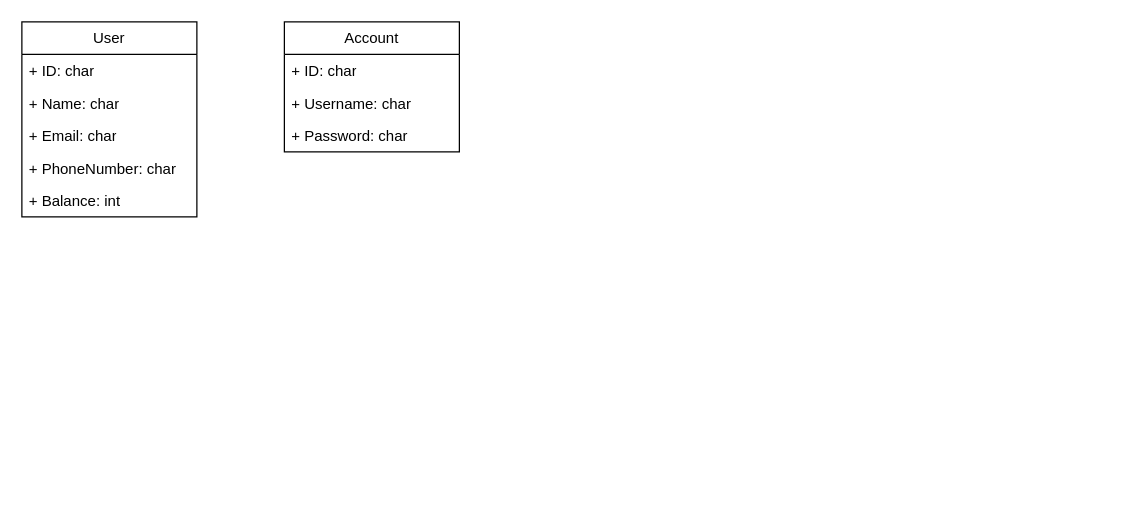
Earlier version of the draw.io diagram Biểu đồ không có tiêu đề.drawio (manhhoangg2k2/e-wallet). Source tidied: cells renumbered, new cells numbered last; positions are measured from the earlier drawing's top-left corner, leaving out a move shared by most shapes. Both pictures are drawn from the tidied source at 125%, with x=0, y=0 at pixel (21, 21).
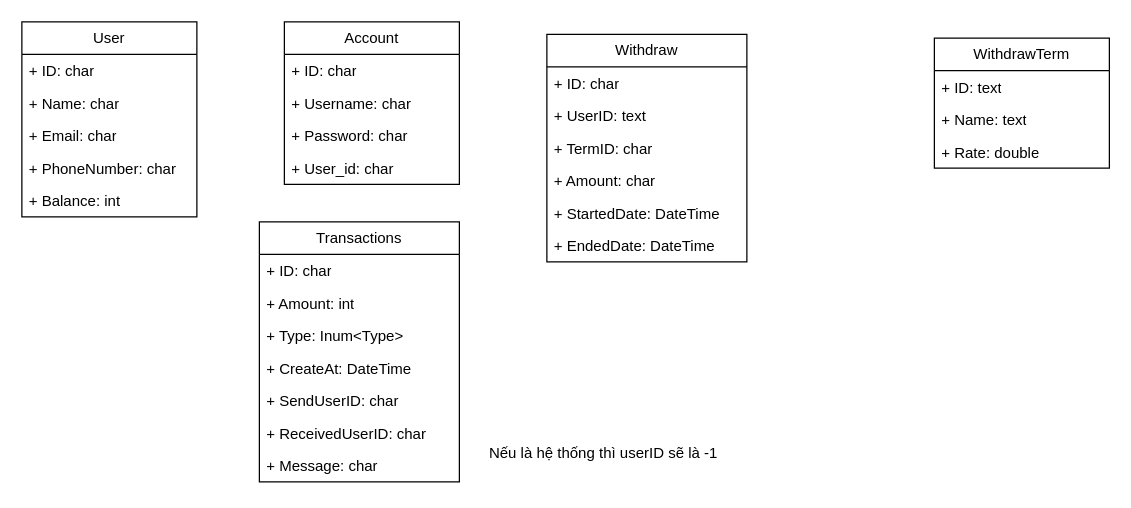
The same page after the edit.

Commit message (it also covers changes not shown here):
Cập nhật Biểu đồ không có tiêu đề.drawio

Change to the diagram source:
```diff
@@
     <mxCell id="8" value="Account" style="swimlane;fontStyle=0;horizontal=1;startSize=26;fillColor=none;whiteSpace=wrap;html=1;" parent="1" vertex="1">
-      <mxGeometry x="210" width="140" height="104" as="geometry" />
+      <mxGeometry x="210" width="140" height="130" as="geometry" />
     </mxCell>
@@
+    <mxCell id="12" value="+ User_id: char" style="text;strokeColor=none;fillColor=none;align=left;verticalAlign=top;spacingLeft=4;spacingRight=4;overflow=hidden;whiteSpace=wrap;html=1;" parent="8" vertex="1">
+      <mxGeometry y="104" width="140" height="26" as="geometry" />
+    </mxCell>
+    <mxCell id="13" value="Transactions" style="swimlane;fontStyle=0;horizontal=1;startSize=26;fillColor=none;whiteSpace=wrap;html=1;" parent="1" vertex="1">
+      <mxGeometry x="190" y="160" width="160" height="208" as="geometry" />
+    </mxCell>
+    <mxCell id="14" value="+ ID: char" style="text;strokeColor=none;fillColor=none;align=left;verticalAlign=top;spacingLeft=4;spacingRight=4;overflow=hidden;whiteSpace=wrap;html=1;" parent="13" vertex="1">
+      <mxGeometry y="26" width="160" height="26" as="geometry" />
+    </mxCell>
+    <mxCell id="15" value="+ Amount: int" style="text;strokeColor=none;fillColor=none;align=left;verticalAlign=top;spacingLeft=4;spacingRight=4;overflow=hidden;whiteSpace=wrap;html=1;" parent="13" vertex="1">
+      <mxGeometry y="52" width="160" height="26" as="geometry" />
+    </mxCell>
+    <mxCell id="16" value="+ Type: Inum&amp;lt;Type&amp;gt;" style="text;strokeColor=none;fillColor=none;align=left;verticalAlign=top;spacingLeft=4;spacingRight=4;overflow=hidden;whiteSpace=wrap;html=1;" parent="13" vertex="1">
+      <mxGeometry y="78" width="160" height="26" as="geometry" />
+    </mxCell>
+    <mxCell id="17" value="+ CreateAt: DateTime" style="text;strokeColor=none;fillColor=none;align=left;verticalAlign=top;spacingLeft=4;spacingRight=4;overflow=hidden;whiteSpace=wrap;html=1;" parent="13" vertex="1">
+      <mxGeometry y="104" width="160" height="26" as="geometry" />
+    </mxCell>
+    <mxCell id="18" value="+ SendUserID: char" style="text;strokeColor=none;fillColor=none;align=left;verticalAlign=top;spacingLeft=4;spacingRight=4;overflow=hidden;whiteSpace=wrap;html=1;" parent="13" vertex="1">
+      <mxGeometry y="130" width="160" height="26" as="geometry" />
+    </mxCell>
+    <mxCell id="19" value="+ ReceivedUserID: char" style="text;strokeColor=none;fillColor=none;align=left;verticalAlign=top;spacingLeft=4;spacingRight=4;overflow=hidden;whiteSpace=wrap;html=1;" parent="13" vertex="1">
+      <mxGeometry y="156" width="160" height="26" as="geometry" />
+    </mxCell>
+    <mxCell id="20" value="+ Message: char" style="text;strokeColor=none;fillColor=none;align=left;verticalAlign=top;spacingLeft=4;spacingRight=4;overflow=hidden;whiteSpace=wrap;html=1;" parent="13" vertex="1">
+      <mxGeometry y="182" width="160" height="26" as="geometry" />
+    </mxCell>
+    <mxCell id="21" value="Nếu là hệ thống thì userID sẽ là -1" style="text;html=1;align=center;verticalAlign=middle;strokeColor=none;fillColor=none;" parent="1" vertex="1">
+      <mxGeometry x="360" y="330" width="210" height="30" as="geometry" />
+    </mxCell>
+    <mxCell id="22" value="Withdraw" style="swimlane;fontStyle=0;horizontal=1;startSize=26;fillColor=none;whiteSpace=wrap;html=1;" parent="1" vertex="1">
+      <mxGeometry x="420" y="10" width="160" height="182" as="geometry" />
+    </mxCell>
+    <mxCell id="23" value="+ ID: char" style="text;strokeColor=none;fillColor=none;align=left;verticalAlign=top;spacingLeft=4;spacingRight=4;overflow=hidden;whiteSpace=wrap;html=1;" parent="22" vertex="1">
+      <mxGeometry y="26" width="160" height="26" as="geometry" />
+    </mxCell>
+    <mxCell id="24" value="+ UserID: text" style="text;strokeColor=none;fillColor=none;align=left;verticalAlign=top;spacingLeft=4;spacingRight=4;overflow=hidden;whiteSpace=wrap;html=1;" parent="22" vertex="1">
+      <mxGeometry y="52" width="160" height="26" as="geometry" />
+    </mxCell>
+    <mxCell id="25" value="+ TermID: char" style="text;strokeColor=none;fillColor=none;align=left;verticalAlign=top;spacingLeft=4;spacingRight=4;overflow=hidden;whiteSpace=wrap;html=1;" parent="22" vertex="1">
+      <mxGeometry y="78" width="160" height="26" as="geometry" />
+    </mxCell>
+    <mxCell id="26" value="+ Amount: char" style="text;strokeColor=none;fillColor=none;align=left;verticalAlign=top;spacingLeft=4;spacingRight=4;overflow=hidden;whiteSpace=wrap;html=1;" parent="22" vertex="1">
+      <mxGeometry y="104" width="160" height="26" as="geometry" />
+    </mxCell>
+    <mxCell id="27" value="+ StartedDate: DateTime" style="text;strokeColor=none;fillColor=none;align=left;verticalAlign=top;spacingLeft=4;spacingRight=4;overflow=hidden;whiteSpace=wrap;html=1;" parent="22" vertex="1">
+      <mxGeometry y="130" width="160" height="26" as="geometry" />
+    </mxCell>
+    <mxCell id="28" value="+ EndedDate: DateTime" style="text;strokeColor=none;fillColor=none;align=left;verticalAlign=top;spacingLeft=4;spacingRight=4;overflow=hidden;whiteSpace=wrap;html=1;" parent="22" vertex="1">
+      <mxGeometry y="156" width="160" height="26" as="geometry" />
+    </mxCell>
+    <mxCell id="29" value="WithdrawTerm" style="swimlane;fontStyle=0;horizontal=1;startSize=26;fillColor=none;whiteSpace=wrap;html=1;" parent="1" vertex="1">
+      <mxGeometry x="730" y="13" width="140" height="104" as="geometry" />
+    </mxCell>
+    <mxCell id="30" value="+ ID: text" style="text;strokeColor=none;fillColor=none;align=left;verticalAlign=top;spacingLeft=4;spacingRight=4;overflow=hidden;whiteSpace=wrap;html=1;" parent="29" vertex="1">
+      <mxGeometry y="26" width="140" height="26" as="geometry" />
+    </mxCell>
+    <mxCell id="31" value="+ Name: text" style="text;strokeColor=none;fillColor=none;align=left;verticalAlign=top;spacingLeft=4;spacingRight=4;overflow=hidden;whiteSpace=wrap;html=1;" parent="29" vertex="1">
+      <mxGeometry y="52" width="140" height="26" as="geometry" />
+    </mxCell>
+    <mxCell id="32" value="+ Rate&lt;span style=&quot;background-color: initial;&quot;&gt;: double&lt;/span&gt;" style="text;strokeColor=none;fillColor=none;align=left;verticalAlign=top;spacingLeft=4;spacingRight=4;overflow=hidden;whiteSpace=wrap;html=1;" parent="29" vertex="1">
+      <mxGeometry y="78" width="140" height="26" as="geometry" />
+    </mxCell>
```
